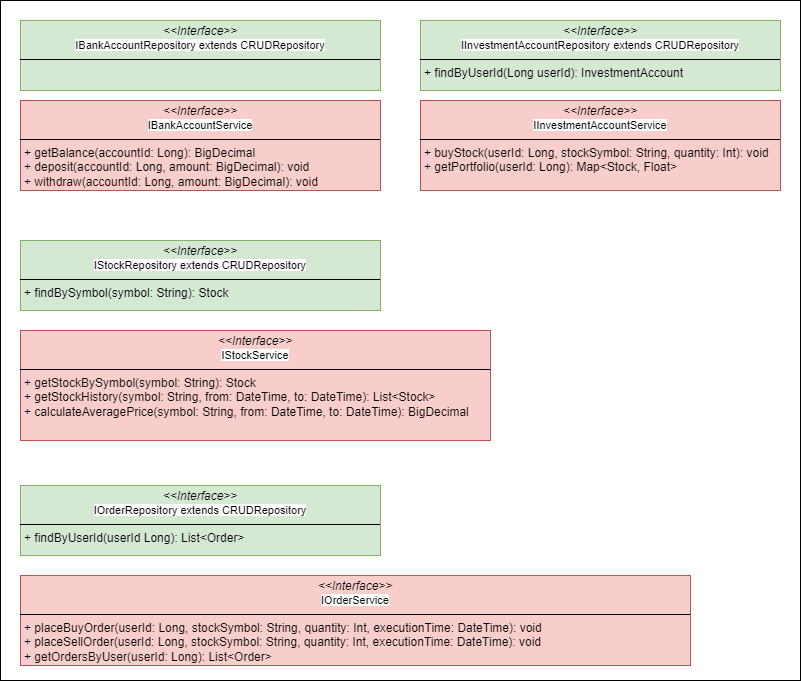
Before: doc/diagrams/STACS_Finance_Interfaces.png, a diagram exported from draw.io (djthomann/FinancePepjekt). Source tidied: cells renumbered, new cells last; positions are measured from the earlier drawing's top-left corner, leaving out a move shared by most shapes.
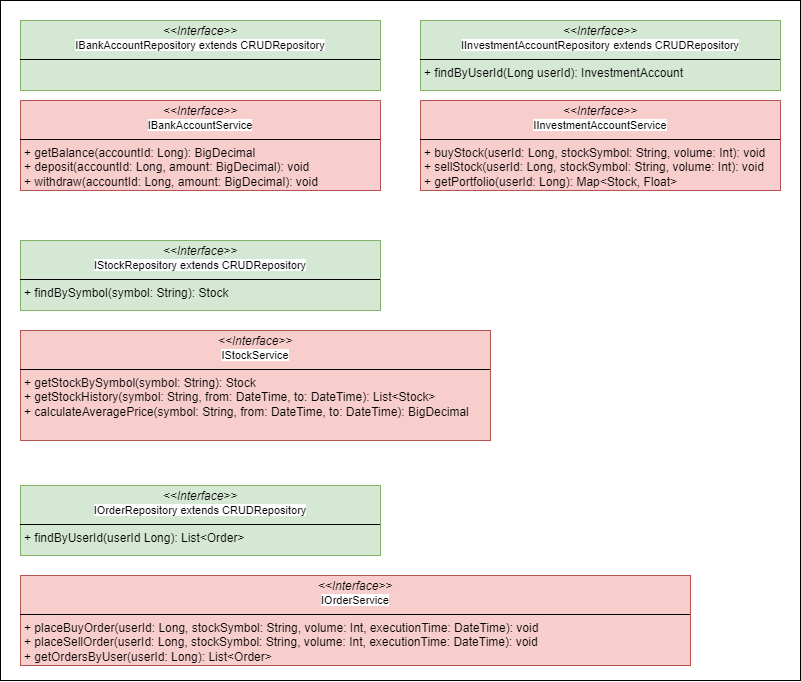
The same diagram one commit later.

Commit message:
UPDATE: adjust inteface naming

Diff of the diagram source:
```diff
@@ -20,10 +20,10 @@
     <mxCell id="7" value="&lt;p style=&quot;margin:0px;margin-top:4px;text-align:center;&quot;&gt;&lt;i&gt;&amp;lt;&amp;lt;Interface&amp;gt;&amp;gt;&lt;/i&gt;&lt;br&gt;&lt;span style=&quot;font-size: 11px; text-wrap-mode: nowrap; background-color: rgb(255, 255, 255);&quot;&gt;IInvestmentAccountRepository extends CRUDRepository&lt;/span&gt;&lt;/p&gt;&lt;hr size=&quot;1&quot; style=&quot;border-style:solid;&quot;&gt;&lt;p style=&quot;margin:0px;margin-left:4px;&quot;&gt;+ findByUserId(Long userId): InvestmentAccount&lt;/p&gt;" style="verticalAlign=top;align=left;overflow=fill;html=1;whiteSpace=wrap;fillColor=#d5e8d4;strokeColor=#82b366;" parent="1" vertex="1">
       <mxGeometry x="420" y="20" width="360" height="70" as="geometry" />
     </mxCell>
-    <mxCell id="8" value="&lt;p style=&quot;margin:0px;margin-top:4px;text-align:center;&quot;&gt;&lt;i&gt;&amp;lt;&amp;lt;Interface&amp;gt;&amp;gt;&lt;/i&gt;&lt;br&gt;&lt;span style=&quot;font-size: 11px; text-wrap-mode: nowrap; background-color: rgb(255, 255, 255);&quot;&gt;IInvestmentAccountService&lt;/span&gt;&lt;/p&gt;&lt;hr size=&quot;1&quot; style=&quot;border-style:solid;&quot;&gt;&lt;p style=&quot;margin:0px;margin-left:4px;&quot;&gt;+ buyStock(userId: Long, stockSymbol: String, quantity: Int): void&lt;br&gt;+ getPortfolio(userId: Long): Map&amp;lt;Stock, Float&amp;gt;&lt;/p&gt;" style="verticalAlign=top;align=left;overflow=fill;html=1;whiteSpace=wrap;fillColor=#f8cecc;strokeColor=#b85450;" parent="1" vertex="1">
+    <mxCell id="8" value="&lt;p style=&quot;margin:0px;margin-top:4px;text-align:center;&quot;&gt;&lt;i&gt;&amp;lt;&amp;lt;Interface&amp;gt;&amp;gt;&lt;/i&gt;&lt;br&gt;&lt;span style=&quot;font-size: 11px; text-wrap-mode: nowrap; background-color: rgb(255, 255, 255);&quot;&gt;IInvestmentAccountService&lt;/span&gt;&lt;/p&gt;&lt;hr size=&quot;1&quot; style=&quot;border-style:solid;&quot;&gt;&lt;p style=&quot;margin:0px;margin-left:4px;&quot;&gt;+ buyStock(userId: Long, stockSymbol: String, volume: Int): void&lt;/p&gt;&lt;p style=&quot;margin:0px;margin-left:4px;&quot;&gt;+ sellStock(userId: Long, stockSymbol: String, volume: Int): void&lt;br&gt;+ getPortfolio(userId: Long): Map&amp;lt;Stock, Float&amp;gt;&lt;/p&gt;" style="verticalAlign=top;align=left;overflow=fill;html=1;whiteSpace=wrap;fillColor=#f8cecc;strokeColor=#b85450;" parent="1" vertex="1">
       <mxGeometry x="420" y="100" width="360" height="90" as="geometry" />
     </mxCell>
-    <mxCell id="9" value="&lt;p style=&quot;margin:0px;margin-top:4px;text-align:center;&quot;&gt;&lt;i&gt;&amp;lt;&amp;lt;Interface&amp;gt;&amp;gt;&lt;/i&gt;&lt;br&gt;&lt;span style=&quot;font-size: 11px; text-wrap-mode: nowrap; background-color: rgb(255, 255, 255);&quot;&gt;IOrderService&lt;/span&gt;&lt;/p&gt;&lt;hr size=&quot;1&quot; style=&quot;border-style:solid;&quot;&gt;&lt;p style=&quot;margin:0px;margin-left:4px;&quot;&gt;+ placeBuyOrder(userId: Long, stockSymbol: String, quantity: Int, executionTime: DateTime): void&lt;/p&gt;&lt;p style=&quot;margin:0px;margin-left:4px;&quot;&gt;+ placeSellOrder&lt;span style=&quot;background-color: initial;&quot;&gt;(userId: Long, stockSymbol: String, quantity: Int,&amp;nbsp;&lt;/span&gt;&lt;span style=&quot;background-color: initial;&quot;&gt;executionTime: DateTime&lt;/span&gt;&lt;span style=&quot;background-color: initial;&quot;&gt;): void&lt;/span&gt;&lt;/p&gt;&lt;p style=&quot;margin:0px;margin-left:4px;&quot;&gt;&lt;span style=&quot;background-color: initial;&quot;&gt;+ getOrdersByUser(userId: Long): List&amp;lt;Order&amp;gt;&lt;/span&gt;&lt;/p&gt;" style="verticalAlign=top;align=left;overflow=fill;html=1;whiteSpace=wrap;fillColor=#f8cecc;strokeColor=#b85450;" parent="1" vertex="1">
+    <mxCell id="9" value="&lt;p style=&quot;margin:0px;margin-top:4px;text-align:center;&quot;&gt;&lt;i&gt;&amp;lt;&amp;lt;Interface&amp;gt;&amp;gt;&lt;/i&gt;&lt;br&gt;&lt;span style=&quot;font-size: 11px; text-wrap-mode: nowrap; background-color: rgb(255, 255, 255);&quot;&gt;IOrderService&lt;/span&gt;&lt;/p&gt;&lt;hr size=&quot;1&quot; style=&quot;border-style:solid;&quot;&gt;&lt;p style=&quot;margin:0px;margin-left:4px;&quot;&gt;+ placeBuyOrder(userId: Long, stockSymbol: String, volume: Int, executionTime: DateTime): void&lt;/p&gt;&lt;p style=&quot;margin:0px;margin-left:4px;&quot;&gt;+ placeSellOrder(userId: Long, stockSymbol: String,&amp;nbsp;volume&lt;span style=&quot;background-color: initial;&quot;&gt;: Int,&amp;nbsp;&lt;/span&gt;&lt;span style=&quot;background-color: initial;&quot;&gt;executionTime: DateTime&lt;/span&gt;&lt;span style=&quot;background-color: initial;&quot;&gt;): void&lt;/span&gt;&lt;/p&gt;&lt;p style=&quot;margin:0px;margin-left:4px;&quot;&gt;&lt;span style=&quot;background-color: initial;&quot;&gt;+ getOrdersByUser(userId: Long): List&amp;lt;Order&amp;gt;&lt;/span&gt;&lt;/p&gt;" style="verticalAlign=top;align=left;overflow=fill;html=1;whiteSpace=wrap;fillColor=#f8cecc;strokeColor=#b85450;" parent="1" vertex="1">
       <mxGeometry x="20" y="575" width="670" height="90" as="geometry" />
     </mxCell>
     <mxCell id="10" value="&lt;p style=&quot;margin:0px;margin-top:4px;text-align:center;&quot;&gt;&lt;i&gt;&amp;lt;&amp;lt;Interface&amp;gt;&amp;gt;&lt;/i&gt;&lt;br&gt;&lt;span style=&quot;font-size: 11px; text-wrap-mode: nowrap; background-color: rgb(255, 255, 255);&quot;&gt;IOrderRepository extends CRUDRepository&lt;/span&gt;&lt;/p&gt;&lt;hr size=&quot;1&quot; style=&quot;border-style:solid;&quot;&gt;&lt;p style=&quot;margin:0px;margin-left:4px;&quot;&gt;+ findByUserId(userId Long): List&amp;lt;Order&amp;gt;&lt;/p&gt;" style="verticalAlign=top;align=left;overflow=fill;html=1;whiteSpace=wrap;fillColor=#d5e8d4;strokeColor=#82b366;" parent="1" vertex="1">
```
